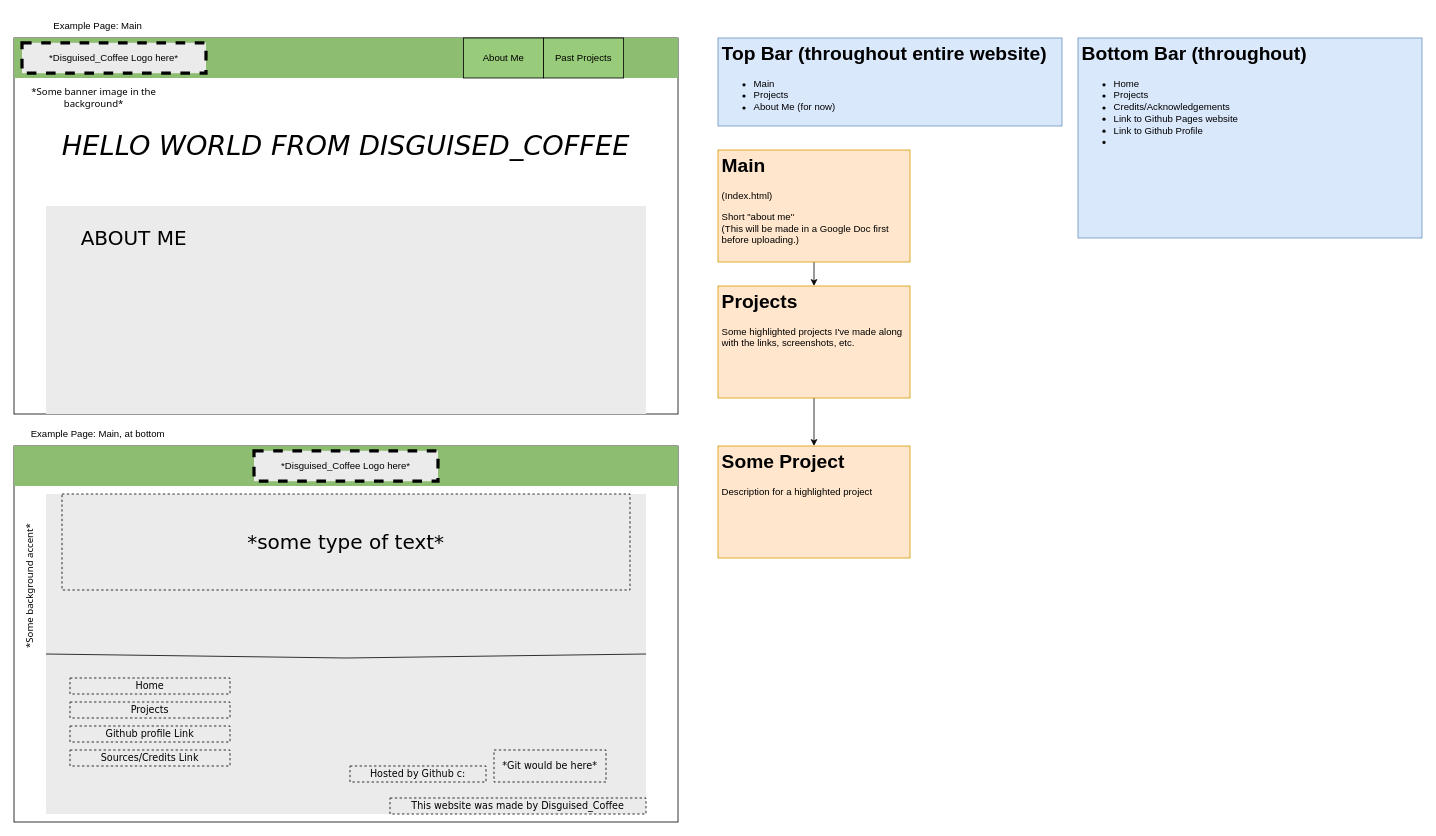
The draw.io diagram assets/ProjectGithubWebsite.drawio in Disguised-Coffee/disguised-coffee.github.io, before the edit. Source tidied: cells renumbered, new cells numbered last; positions are measured from the earlier drawing's top-left corner, leaving out a move shared by most shapes. Both pictures are drawn from the tidied source at 80%, with x=0, y=0 at pixel (-34, 14).
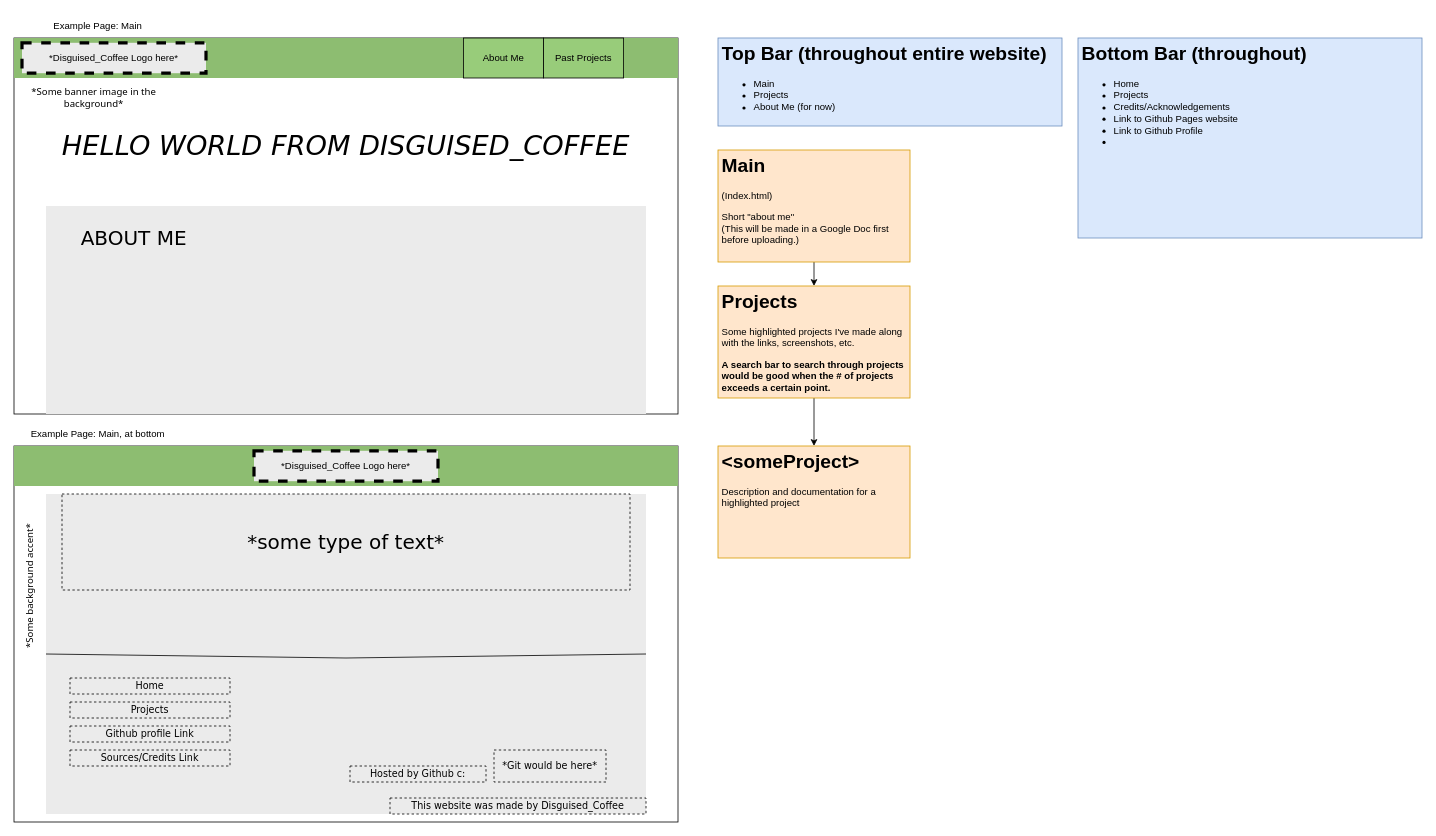
The same page after the edit.

The edit, as a diff of the source:
```diff
@@
-    <mxCell id="5" value="&lt;h1&gt;Projects&lt;/h1&gt;&lt;p&gt;Some highlighted projects I've made along with the links, screenshots, etc.&lt;/p&gt;" style="text;html=1;strokeColor=#d79b00;fillColor=#ffe6cc;spacing=5;spacingTop=-20;whiteSpace=wrap;overflow=hidden;rounded=0;" parent="1" vertex="1">
+    <mxCell id="5" value="&lt;h1&gt;Projects&lt;/h1&gt;&lt;p&gt;Some highlighted projects I've made along with the links, screenshots, etc.&lt;/p&gt;&lt;p&gt;&lt;b&gt;A search bar to search through projects would be good when the # of projects exceeds a certain point.&lt;/b&gt;&lt;/p&gt;&lt;p&gt;&lt;br&gt;&lt;/p&gt;" style="text;html=1;strokeColor=#d79b00;fillColor=#ffe6cc;spacing=5;spacingTop=-20;whiteSpace=wrap;overflow=hidden;rounded=0;" parent="1" vertex="1">
       <mxGeometry x="940" y="340" width="240" height="140" as="geometry" />
     </mxCell>
@@
-    <mxCell id="7" value="&lt;h1&gt;Some Project&lt;/h1&gt;&lt;p&gt;Description for a highlighted project&lt;/p&gt;" style="text;html=1;strokeColor=#d79b00;fillColor=#ffe6cc;spacing=5;spacingTop=-20;whiteSpace=wrap;overflow=hidden;rounded=0;" parent="1" vertex="1">
+    <mxCell id="7" value="&lt;h1&gt;&amp;lt;someProject&amp;gt;&lt;/h1&gt;&lt;p&gt;Description and documentation for a highlighted project&lt;/p&gt;" style="text;html=1;strokeColor=#d79b00;fillColor=#ffe6cc;spacing=5;spacingTop=-20;whiteSpace=wrap;overflow=hidden;rounded=0;" parent="1" vertex="1">
       <mxGeometry x="940" y="540" width="240" height="140" as="geometry" />
     </mxCell>
```
